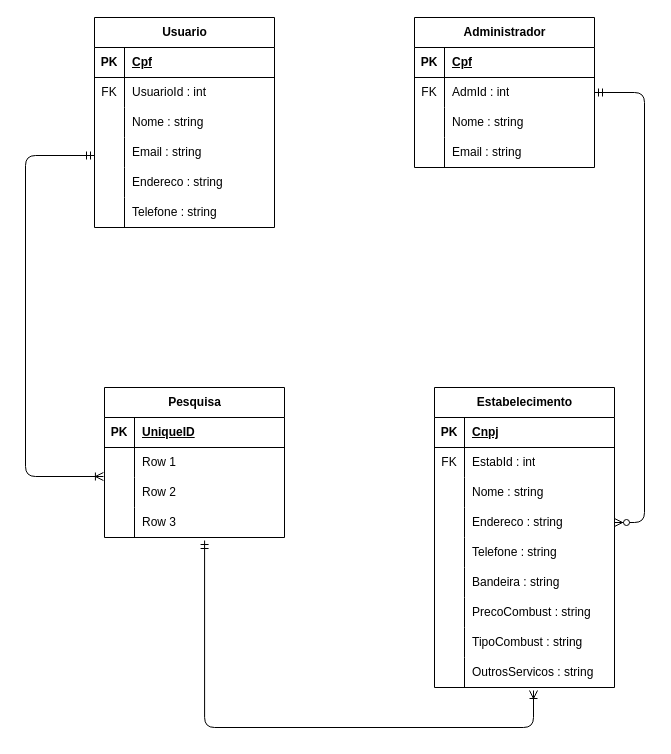
Earlier version of the draw.io diagram docs/img/Diagrama Modelo Relacional.drawio (ICEI-PUC-Minas-PMV-ADS/pmv-ads-2024-1-e3-proj-mov-t4-fuel). Source tidied: cells renumbered, new cells numbered last; positions are measured from the earlier drawing's top-left corner, leaving out a move shared by most shapes. Both pictures are drawn from the tidied source at 100%, with x=0, y=0 at pixel (25, 17).
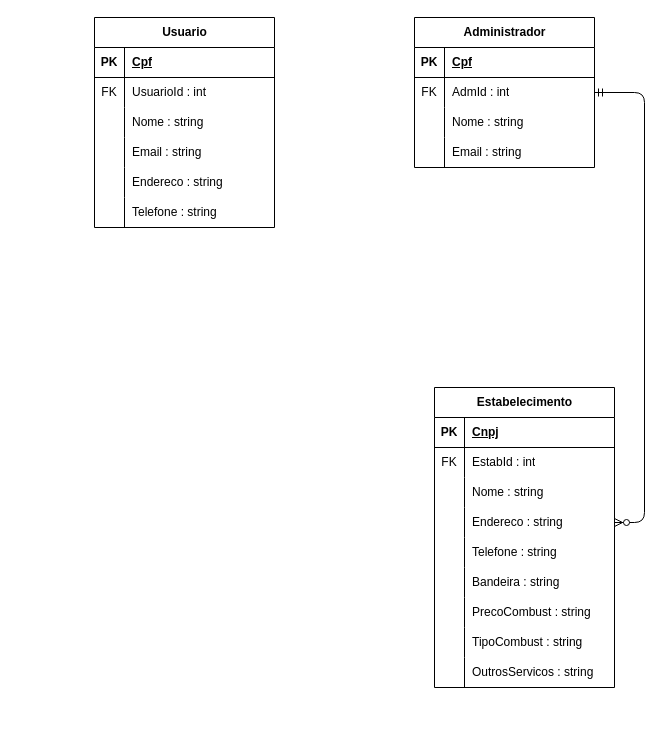
After the change.

The change refers to these unchanged cells:
```xml
<mxCell id="75" style="shape=tableRow;horizontal=0;startSize=0;swimlaneHead=0;swimlaneBody=0;fillColor=none;points=[[0,0.5],[1,0.5]];portConstraint=eastwest;top=0;left=0;right=0;bottom=0;" parent="50" vertex="1">
  <mxGeometry y="270" width="180" height="30" as="geometry" />
</mxCell>
```

Change to the diagram source:
```diff
@@
-    <mxCell id="3" value="Pesquisa" style="shape=table;startSize=30;childLayout=tableLayout;rowLines=0;fontStyle=1;align=center;html=1;" parent="1" vertex="1">
-      <mxGeometry x="79" y="370" width="180" height="150" as="geometry" />
-    </mxCell>
-    <mxCell id="4" style="shape=tableRow;horizontal=0;startSize=0;swimlaneHead=0;swimlaneBody=0;fillColor=none;top=0;left=0;right=0;bottom=1;" parent="3" vertex="1">
-      <mxGeometry y="30" width="180" height="30" as="geometry" />
-    </mxCell>
-    <mxCell id="5" value="PK" style="shape=partialRectangle;fillColor=none;top=0;left=0;bottom=0;right=0;fontStyle=1;overflow=hidden;whiteSpace=wrap;html=1;" parent="4" vertex="1">
-      <mxGeometry width="30" height="30" as="geometry" />
-    </mxCell>
-    <mxCell id="6" value="UniqueID" style="shape=partialRectangle;fillColor=none;top=0;left=0;bottom=0;right=0;align=left;spacingLeft=6;fontStyle=5;overflow=hidden;whiteSpace=wrap;html=1;" parent="4" vertex="1">
-      <mxGeometry x="30" width="150" height="30" as="geometry" />
-    </mxCell>
-    <mxCell id="7" style="shape=tableRow;horizontal=0;startSize=0;swimlaneHead=0;swimlaneBody=0;fillColor=none;top=0;left=0;right=0;bottom=0;" parent="3" vertex="1">
-      <mxGeometry y="60" width="180" height="30" as="geometry" />
-    </mxCell>
-    <mxCell id="8" style="shape=partialRectangle;fillColor=none;top=0;left=0;bottom=0;right=0;overflow=hidden;whiteSpace=wrap;html=1;" parent="7" vertex="1">
-      <mxGeometry width="30" height="30" as="geometry" />
-    </mxCell>
-    <mxCell id="9" value="Row 1" style="shape=partialRectangle;fillColor=none;top=0;left=0;bottom=0;right=0;align=left;spacingLeft=6;overflow=hidden;whiteSpace=wrap;html=1;" parent="7" vertex="1">
-      <mxGeometry x="30" width="150" height="30" as="geometry" />
-    </mxCell>
-    <mxCell id="10" style="shape=tableRow;horizontal=0;startSize=0;swimlaneHead=0;swimlaneBody=0;fillColor=none;points=[[0,0.5],[1,0.5]];portConstraint=eastwest;top=0;left=0;right=0;bottom=0;" parent="3" vertex="1">
-      <mxGeometry y="90" width="180" height="30" as="geometry" />
-    </mxCell>
-    <mxCell id="11" style="shape=partialRectangle;fillColor=none;top=0;left=0;bottom=0;right=0;overflow=hidden;whiteSpace=wrap;html=1;" parent="10" vertex="1">
-      <mxGeometry width="30" height="30" as="geometry" />
-    </mxCell>
-    <mxCell id="12" value="Row 2" style="shape=partialRectangle;fillColor=none;top=0;left=0;bottom=0;right=0;align=left;spacingLeft=6;overflow=hidden;whiteSpace=wrap;html=1;" parent="10" vertex="1">
-      <mxGeometry x="30" width="150" height="30" as="geometry" />
-    </mxCell>
-    <mxCell id="13" style="shape=tableRow;horizontal=0;startSize=0;swimlaneHead=0;swimlaneBody=0;fillColor=none;points=[[0,0.5],[1,0.5]];portConstraint=eastwest;top=0;left=0;right=0;bottom=0;" parent="3" vertex="1">
-      <mxGeometry y="120" width="180" height="30" as="geometry" />
-    </mxCell>
-    <mxCell id="14" style="shape=partialRectangle;fillColor=none;top=0;left=0;bottom=0;right=0;overflow=hidden;whiteSpace=wrap;html=1;" parent="13" vertex="1">
-      <mxGeometry width="30" height="30" as="geometry" />
-    </mxCell>
-    <mxCell id="15" value="Row 3" style="shape=partialRectangle;fillColor=none;top=0;left=0;bottom=0;right=0;align=left;spacingLeft=6;overflow=hidden;whiteSpace=wrap;html=1;" parent="13" vertex="1">
-      <mxGeometry x="30" width="150" height="30" as="geometry" />
-    </mxCell>
-    <mxCell id="16" style="edgeStyle=orthogonalEdgeStyle;fontSize=12;html=1;endArrow=ERoneToMany;startArrow=ERmandOne;rounded=1;entryX=-0.006;entryY=-0.033;entryDx=0;entryDy=0;entryPerimeter=0;exitX=0;exitY=0.933;exitDx=0;exitDy=0;exitPerimeter=0;" parent="1" edge="1" target="10">
-      <mxGeometry relative="1" as="geometry">
-        <mxPoint x="69" y="138" as="sourcePoint" />
-        <Array as="points">
-          <mxPoint y="138" />
-          <mxPoint y="459" />
-        </Array>
-      </mxGeometry>
-    </mxCell>
-    <mxCell id="17" style="fontSize=12;html=1;endArrow=ERoneToMany;startArrow=ERmandOne;rounded=1;startFill=0;endFill=0;edgeStyle=orthogonalEdgeStyle;exitX=0.556;exitY=1.1;exitDx=0;exitDy=0;exitPerimeter=0;entryX=0.55;entryY=1.1;entryDx=0;entryDy=0;entryPerimeter=0;" parent="1" edge="1" source="13" target="75">
-      <mxGeometry relative="1" as="geometry">
-        <Array as="points">
-          <mxPoint x="179" y="710" />
-          <mxPoint x="508" y="710" />
-        </Array>
-      </mxGeometry>
-    </mxCell>
```
